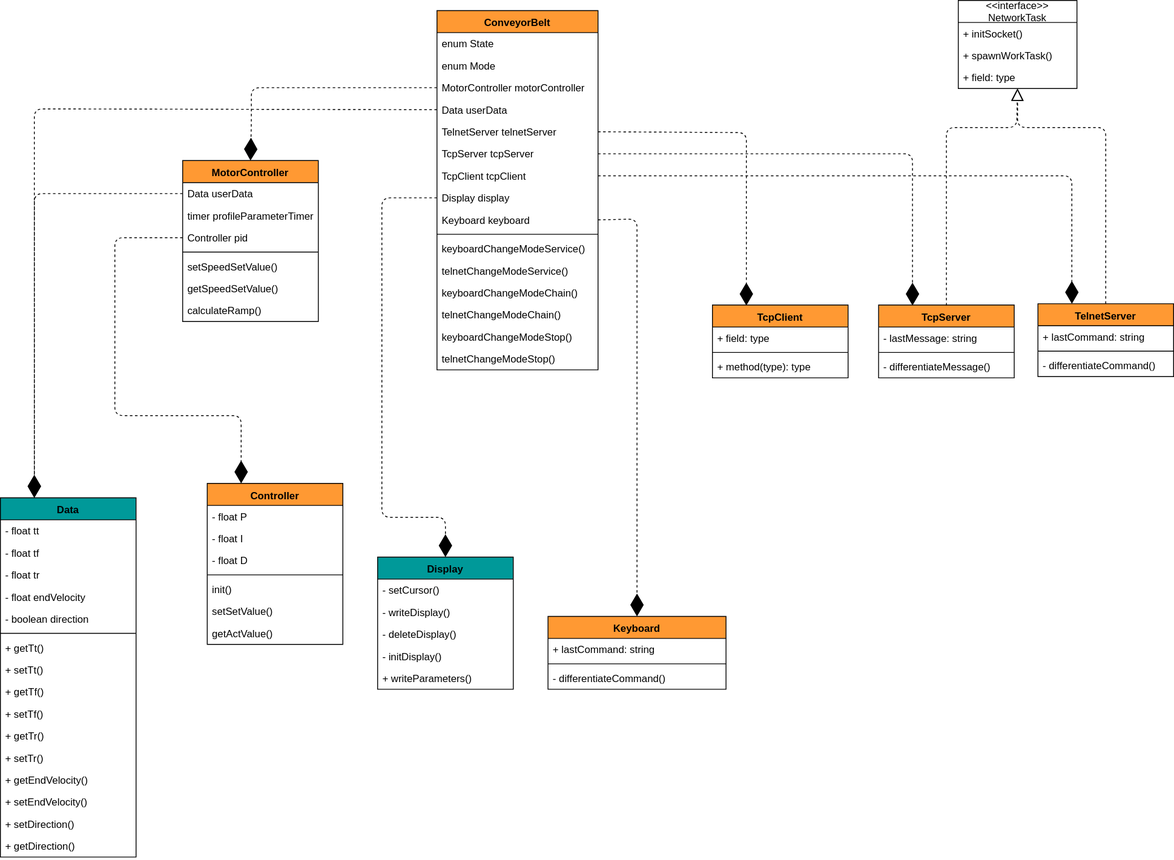
nicolai-schwartze/EBS2_Conveyer_Belt keeps this draw.io diagram as Documentation/UML Diagrams/classDiagram/ClassDiagram.svg. Above is the earlier version. Source tidied: cells renumbered, new cells last; positions are measured from the earlier drawing's top-left corner, leaving out a move shared by most shapes.
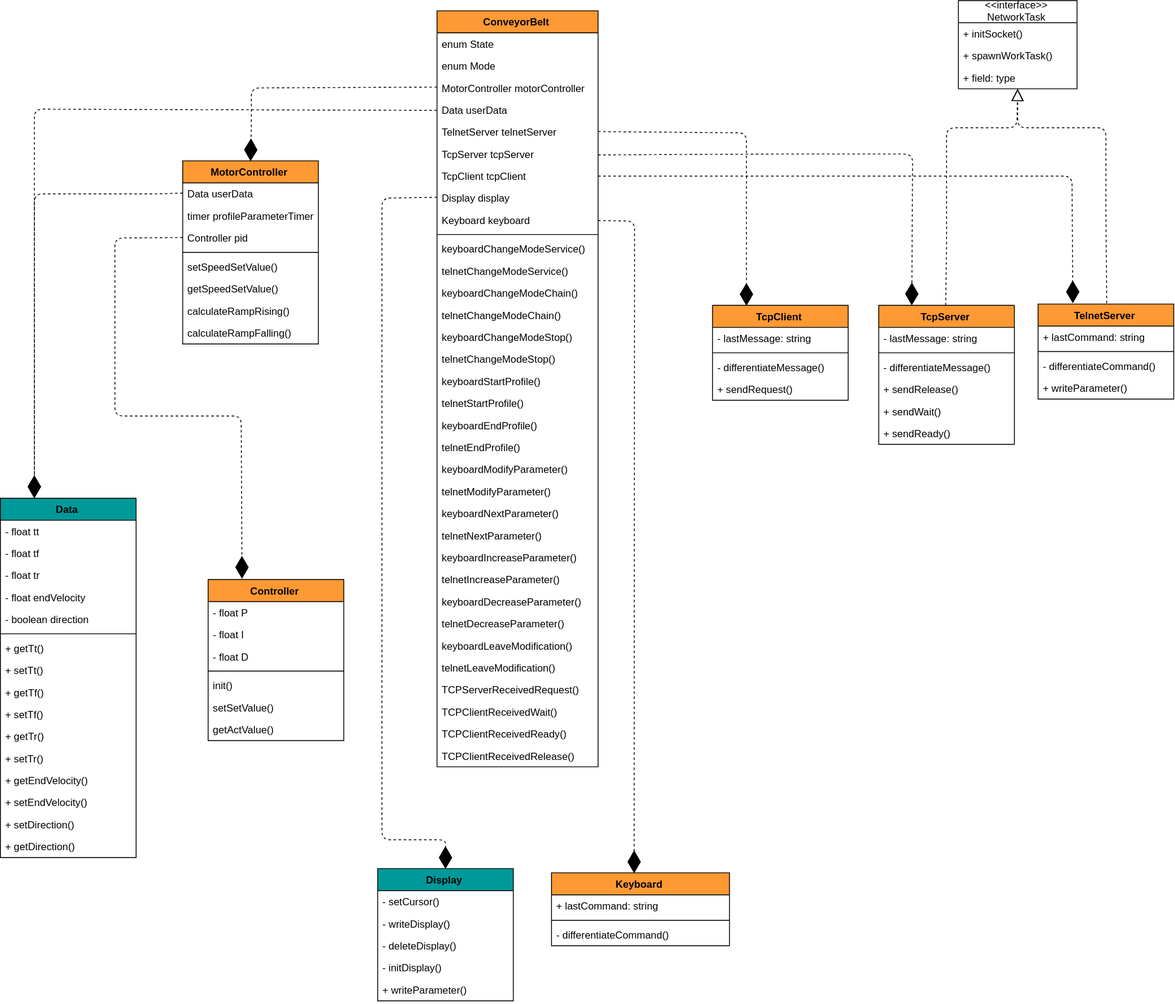
Above is the later version.

Commit message:
finished class diagram

The edit, as a diff of the source:
```diff
@@ -3,7 +3,7 @@
     <mxCell id="0" />
     <mxCell id="1" parent="0" />
     <mxCell id="2" value="MotorController" style="swimlane;fontStyle=1;align=center;verticalAlign=top;horizontal=1;startSize=26;fillColor=#FF9933;" parent="1" vertex="1">
-      <mxGeometry x="215" y="189" width="160" height="190" as="geometry" />
+      <mxGeometry x="215" y="189" width="160" height="216" as="geometry" />
     </mxCell>
     <mxCell id="3" value="Data userData" style="text;strokeColor=none;fillColor=none;align=left;verticalAlign=top;spacingLeft=4;spacingRight=4;overflow=hidden;points=[[0,0.5],[1,0.5]];portConstraint=eastwest;" parent="2" vertex="1">
       <mxGeometry y="26" width="160" height="26" as="geometry" />
@@ -23,11 +23,14 @@
     <mxCell id="8" value="getSpeedSetValue()" style="text;strokeColor=none;fillColor=none;align=left;verticalAlign=top;spacingLeft=4;spacingRight=4;overflow=hidden;" parent="2" vertex="1">
       <mxGeometry y="138" width="160" height="26" as="geometry" />
     </mxCell>
-    <mxCell id="9" value="calculateRamp()" style="text;strokeColor=none;fillColor=none;align=left;verticalAlign=top;spacingLeft=4;spacingRight=4;overflow=hidden;" parent="2" vertex="1">
+    <mxCell id="9" value="calculateRampRising()" style="text;strokeColor=none;fillColor=none;align=left;verticalAlign=top;spacingLeft=4;spacingRight=4;overflow=hidden;" parent="2" vertex="1">
       <mxGeometry y="164" width="160" height="26" as="geometry" />
     </mxCell>
+    <mxCell id="89" value="calculateRampFalling()" style="text;strokeColor=none;fillColor=none;align=left;verticalAlign=top;spacingLeft=4;spacingRight=4;overflow=hidden;" parent="2" vertex="1">
+      <mxGeometry y="190" width="160" height="26" as="geometry" />
+    </mxCell>
     <mxCell id="10" value="Display" style="swimlane;fontStyle=1;align=center;verticalAlign=top;horizontal=1;startSize=26;fillColor=#009999;" parent="1" vertex="1">
-      <mxGeometry x="445" y="657" width="160" height="156" as="geometry" />
+      <mxGeometry x="445" y="1024" width="160" height="156" as="geometry" />
     </mxCell>
     <mxCell id="11" value="- setCursor()" style="text;strokeColor=none;fillColor=none;align=left;verticalAlign=top;spacingLeft=4;spacingRight=4;overflow=hidden;" parent="10" vertex="1">
       <mxGeometry y="26" width="160" height="26" as="geometry" />
@@ -41,7 +44,7 @@
     <mxCell id="14" value="- initDisplay()" style="text;strokeColor=none;fillColor=none;align=left;verticalAlign=top;spacingLeft=4;spacingRight=4;overflow=hidden;" parent="10" vertex="1">
       <mxGeometry y="104" width="160" height="26" as="geometry" />
     </mxCell>
-    <mxCell id="15" value="+ writeParameters()" style="text;strokeColor=none;fillColor=none;align=left;verticalAlign=top;spacingLeft=4;spacingRight=4;overflow=hidden;" parent="10" vertex="1">
+    <mxCell id="15" value="+ writeParameter()" style="text;strokeColor=none;fillColor=none;align=left;verticalAlign=top;spacingLeft=4;spacingRight=4;overflow=hidden;" parent="10" vertex="1">
       <mxGeometry y="130" width="160" height="26" as="geometry" />
     </mxCell>
     <mxCell id="16" value="Data" style="swimlane;fontStyle=1;align=center;verticalAlign=top;horizontal=1;startSize=26;fillColor=#009999;" parent="1" vertex="1">
@@ -105,7 +108,7 @@
       </mxGeometry>
     </mxCell>
     <mxCell id="34" value="Controller" style="swimlane;fontStyle=1;align=center;verticalAlign=top;horizontal=1;startSize=26;fillColor=#FF9933;" parent="1" vertex="1">
-      <mxGeometry x="244" y="570" width="160" height="190" as="geometry" />
+      <mxGeometry x="245" y="683" width="160" height="190" as="geometry" />
     </mxCell>
     <mxCell id="35" value="- float P&#10;" style="text;strokeColor=none;fillColor=none;align=left;verticalAlign=top;spacingLeft=4;spacingRight=4;overflow=hidden;" parent="34" vertex="1">
       <mxGeometry y="26" width="160" height="26" as="geometry" />
@@ -139,7 +142,7 @@
       </mxGeometry>
     </mxCell>
     <mxCell id="43" value="TcpServer" style="swimlane;fontStyle=1;align=center;verticalAlign=top;horizontal=1;startSize=26;fillColor=#FF9933;" parent="1" vertex="1">
-      <mxGeometry x="1036" y="359.5" width="160" height="86" as="geometry" />
+      <mxGeometry x="1036" y="359.5" width="160" height="164" as="geometry" />
     </mxCell>
     <mxCell id="44" value="- lastMessage: string" style="text;strokeColor=none;fillColor=none;align=left;verticalAlign=top;spacingLeft=4;spacingRight=4;overflow=hidden;" parent="43" vertex="1">
       <mxGeometry y="26" width="160" height="26" as="geometry" />
@@ -150,20 +153,32 @@
     <mxCell id="46" value="- differentiateMessage()" style="text;strokeColor=none;fillColor=none;align=left;verticalAlign=top;spacingLeft=4;spacingRight=4;overflow=hidden;" parent="43" vertex="1">
       <mxGeometry y="60" width="160" height="26" as="geometry" />
     </mxCell>
+    <mxCell id="90" value="+ sendRelease()" style="text;strokeColor=none;fillColor=none;align=left;verticalAlign=top;spacingLeft=4;spacingRight=4;overflow=hidden;" parent="43" vertex="1">
+      <mxGeometry y="86" width="160" height="26" as="geometry" />
+    </mxCell>
+    <mxCell id="91" value="+ sendWait()" style="text;strokeColor=none;fillColor=none;align=left;verticalAlign=top;spacingLeft=4;spacingRight=4;overflow=hidden;" parent="43" vertex="1">
+      <mxGeometry y="112" width="160" height="26" as="geometry" />
+    </mxCell>
+    <mxCell id="92" value="+ sendReady()" style="text;strokeColor=none;fillColor=none;align=left;verticalAlign=top;spacingLeft=4;spacingRight=4;overflow=hidden;" parent="43" vertex="1">
+      <mxGeometry y="138" width="160" height="26" as="geometry" />
+    </mxCell>
     <mxCell id="47" value="TcpClient" style="swimlane;fontStyle=1;align=center;verticalAlign=top;horizontal=1;startSize=26;fillColor=#FF9933;" parent="1" vertex="1">
-      <mxGeometry x="840" y="359.5" width="160" height="86" as="geometry" />
+      <mxGeometry x="840" y="359.5" width="160" height="112" as="geometry" />
     </mxCell>
-    <mxCell id="48" value="+ field: type" style="text;strokeColor=none;fillColor=none;align=left;verticalAlign=top;spacingLeft=4;spacingRight=4;overflow=hidden;" parent="47" vertex="1">
+    <mxCell id="48" value="- lastMessage: string" style="text;strokeColor=none;fillColor=none;align=left;verticalAlign=top;spacingLeft=4;spacingRight=4;overflow=hidden;" parent="47" vertex="1">
       <mxGeometry y="26" width="160" height="26" as="geometry" />
     </mxCell>
     <mxCell id="49" style="line;strokeWidth=1;fillColor=none;align=left;verticalAlign=middle;spacingTop=-1;spacingLeft=3;spacingRight=3;labelPosition=right;" parent="47" vertex="1">
       <mxGeometry y="52" width="160" height="8" as="geometry" />
     </mxCell>
-    <mxCell id="50" value="+ method(type): type" style="text;strokeColor=none;fillColor=none;align=left;verticalAlign=top;spacingLeft=4;spacingRight=4;overflow=hidden;" parent="47" vertex="1">
+    <mxCell id="50" value="- differentiateMessage()" style="text;strokeColor=none;fillColor=none;align=left;verticalAlign=top;spacingLeft=4;spacingRight=4;overflow=hidden;" parent="47" vertex="1">
       <mxGeometry y="60" width="160" height="26" as="geometry" />
     </mxCell>
+    <mxCell id="93" value="+ sendRequest()" style="text;strokeColor=none;fillColor=none;align=left;verticalAlign=top;spacingLeft=4;spacingRight=4;overflow=hidden;" parent="47" vertex="1">
+      <mxGeometry y="86" width="160" height="26" as="geometry" />
+    </mxCell>
     <mxCell id="51" value="Keyboard" style="swimlane;fontStyle=1;align=center;verticalAlign=top;horizontal=1;startSize=26;fillColor=#FF9933;" parent="1" vertex="1">
-      <mxGeometry x="646" y="727" width="210" height="86" as="geometry" />
+      <mxGeometry x="650" y="1029" width="210" height="86" as="geometry" />
     </mxCell>
     <mxCell id="52" value="+ lastCommand: string" style="text;strokeColor=none;fillColor=none;align=left;verticalAlign=top;spacingLeft=4;spacingRight=4;overflow=hidden;" parent="51" vertex="1">
       <mxGeometry y="26" width="210" height="26" as="geometry" />
@@ -175,7 +190,7 @@
       <mxGeometry y="60" width="210" height="26" as="geometry" />
     </mxCell>
     <mxCell id="55" value="ConveyorBelt" style="swimlane;fontStyle=1;align=center;verticalAlign=top;horizontal=1;startSize=26;fillColor=#FF9933;" parent="1" vertex="1">
-      <mxGeometry x="515" y="12" width="190" height="424" as="geometry" />
+      <mxGeometry x="515" y="12" width="190" height="892" as="geometry" />
     </mxCell>
     <mxCell id="56" value="enum State" style="text;strokeColor=none;fillColor=none;align=left;verticalAlign=top;spacingLeft=4;spacingRight=4;overflow=hidden;" parent="55" vertex="1">
       <mxGeometry y="26" width="190" height="26" as="geometry" />
@@ -225,8 +240,62 @@
     <mxCell id="71" value="telnetChangeModeStop()" style="text;strokeColor=none;fillColor=none;align=left;verticalAlign=top;spacingLeft=4;spacingRight=4;overflow=hidden;" parent="55" vertex="1">
       <mxGeometry y="398" width="190" height="26" as="geometry" />
     </mxCell>
+    <mxCell id="94" value="keyboardStartProfile()" style="text;strokeColor=none;fillColor=none;align=left;verticalAlign=top;spacingLeft=4;spacingRight=4;overflow=hidden;" parent="55" vertex="1">
+      <mxGeometry y="424" width="190" height="26" as="geometry" />
+    </mxCell>
+    <mxCell id="95" value="telnetStartProfile()" style="text;strokeColor=none;fillColor=none;align=left;verticalAlign=top;spacingLeft=4;spacingRight=4;overflow=hidden;" parent="55" vertex="1">
+      <mxGeometry y="450" width="190" height="26" as="geometry" />
+    </mxCell>
+    <mxCell id="96" value="keyboardEndProfile()" style="text;strokeColor=none;fillColor=none;align=left;verticalAlign=top;spacingLeft=4;spacingRight=4;overflow=hidden;" parent="55" vertex="1">
+      <mxGeometry y="476" width="190" height="26" as="geometry" />
+    </mxCell>
+    <mxCell id="97" value="telnetEndProfile()" style="text;strokeColor=none;fillColor=none;align=left;verticalAlign=top;spacingLeft=4;spacingRight=4;overflow=hidden;" parent="55" vertex="1">
+      <mxGeometry y="502" width="190" height="26" as="geometry" />
+    </mxCell>
+    <mxCell id="98" value="keyboardModifyParameter()" style="text;strokeColor=none;fillColor=none;align=left;verticalAlign=top;spacingLeft=4;spacingRight=4;overflow=hidden;" parent="55" vertex="1">
+      <mxGeometry y="528" width="190" height="26" as="geometry" />
+    </mxCell>
+    <mxCell id="99" value="telnetModifyParameter()" style="text;strokeColor=none;fillColor=none;align=left;verticalAlign=top;spacingLeft=4;spacingRight=4;overflow=hidden;" parent="55" vertex="1">
+      <mxGeometry y="554" width="190" height="26" as="geometry" />
+    </mxCell>
+    <mxCell id="100" value="keyboardNextParameter()" style="text;strokeColor=none;fillColor=none;align=left;verticalAlign=top;spacingLeft=4;spacingRight=4;overflow=hidden;" parent="55" vertex="1">
+      <mxGeometry y="580" width="190" height="26" as="geometry" />
+    </mxCell>
+    <mxCell id="101" value="telnetNextParameter()" style="text;strokeColor=none;fillColor=none;align=left;verticalAlign=top;spacingLeft=4;spacingRight=4;overflow=hidden;" parent="55" vertex="1">
+      <mxGeometry y="606" width="190" height="26" as="geometry" />
+    </mxCell>
+    <mxCell id="102" value="keyboardIncreaseParameter()" style="text;strokeColor=none;fillColor=none;align=left;verticalAlign=top;spacingLeft=4;spacingRight=4;overflow=hidden;" parent="55" vertex="1">
+      <mxGeometry y="632" width="190" height="26" as="geometry" />
+    </mxCell>
+    <mxCell id="103" value="telnetIncreaseParameter()" style="text;strokeColor=none;fillColor=none;align=left;verticalAlign=top;spacingLeft=4;spacingRight=4;overflow=hidden;" parent="55" vertex="1">
+      <mxGeometry y="658" width="190" height="26" as="geometry" />
+    </mxCell>
+    <mxCell id="104" value="keyboardDecreaseParameter()" style="text;strokeColor=none;fillColor=none;align=left;verticalAlign=top;spacingLeft=4;spacingRight=4;overflow=hidden;" parent="55" vertex="1">
+      <mxGeometry y="684" width="190" height="26" as="geometry" />
+    </mxCell>
+    <mxCell id="105" value="telnetDecreaseParameter()" style="text;strokeColor=none;fillColor=none;align=left;verticalAlign=top;spacingLeft=4;spacingRight=4;overflow=hidden;" parent="55" vertex="1">
+      <mxGeometry y="710" width="190" height="26" as="geometry" />
+    </mxCell>
+    <mxCell id="106" value="keyboardLeaveModification()" style="text;strokeColor=none;fillColor=none;align=left;verticalAlign=top;spacingLeft=4;spacingRight=4;overflow=hidden;" parent="55" vertex="1">
+      <mxGeometry y="736" width="190" height="26" as="geometry" />
+    </mxCell>
+    <mxCell id="107" value="telnetLeaveModification()" style="text;strokeColor=none;fillColor=none;align=left;verticalAlign=top;spacingLeft=4;spacingRight=4;overflow=hidden;" parent="55" vertex="1">
+      <mxGeometry y="762" width="190" height="26" as="geometry" />
+    </mxCell>
+    <mxCell id="108" value="TCPServerReceivedRequest()" style="text;strokeColor=none;fillColor=none;align=left;verticalAlign=top;spacingLeft=4;spacingRight=4;overflow=hidden;" parent="55" vertex="1">
+      <mxGeometry y="788" width="190" height="26" as="geometry" />
+    </mxCell>
+    <mxCell id="109" value="TCPClientReceivedWait()" style="text;strokeColor=none;fillColor=none;align=left;verticalAlign=top;spacingLeft=4;spacingRight=4;overflow=hidden;" parent="55" vertex="1">
+      <mxGeometry y="814" width="190" height="26" as="geometry" />
+    </mxCell>
+    <mxCell id="110" value="TCPClientReceivedReady()" style="text;strokeColor=none;fillColor=none;align=left;verticalAlign=top;spacingLeft=4;spacingRight=4;overflow=hidden;" parent="55" vertex="1">
+      <mxGeometry y="840" width="190" height="26" as="geometry" />
+    </mxCell>
+    <mxCell id="111" value="TCPClientReceivedRelease()" style="text;strokeColor=none;fillColor=none;align=left;verticalAlign=top;spacingLeft=4;spacingRight=4;overflow=hidden;" parent="55" vertex="1">
+      <mxGeometry y="866" width="190" height="26" as="geometry" />
+    </mxCell>
     <mxCell id="72" value="TelnetServer" style="swimlane;fontStyle=1;align=center;verticalAlign=top;horizontal=1;startSize=26;fillColor=#FF9933;" parent="1" vertex="1">
-      <mxGeometry x="1224" y="358" width="160" height="86" as="geometry" />
+      <mxGeometry x="1224" y="358" width="160" height="112" as="geometry" />
     </mxCell>
     <mxCell id="73" value="+ lastCommand: string" style="text;strokeColor=none;fillColor=none;align=left;verticalAlign=top;spacingLeft=4;spacingRight=4;overflow=hidden;" parent="72" vertex="1">
       <mxGeometry y="26" width="160" height="26" as="geometry" />
@@ -237,6 +306,9 @@
     <mxCell id="75" value="- differentiateCommand()" style="text;strokeColor=none;fillColor=none;align=left;verticalAlign=top;spacingLeft=4;spacingRight=4;overflow=hidden;" parent="72" vertex="1">
       <mxGeometry y="60" width="160" height="26" as="geometry" />
     </mxCell>
+    <mxCell id="112" value="+ writeParameter()" style="text;strokeColor=none;fillColor=none;align=left;verticalAlign=top;spacingLeft=4;spacingRight=4;overflow=hidden;" parent="72" vertex="1">
+      <mxGeometry y="86" width="160" height="26" as="geometry" />
+    </mxCell>
     <mxCell id="76" style="endArrow=diamondThin;endFill=1;endSize=24;html=1;dashed=1;exitX=0;exitY=0.5;exitDx=0;exitDy=0;entryX=0.5;entryY=0;entryDx=0;entryDy=0;" parent="1" edge="1" source="58" target="2">
       <mxGeometry relative="1" as="geometry">
         <Array as="points">
@@ -251,14 +323,15 @@
           <mxPoint x="450" y="233" />
           <mxPoint x="450" y="430" />
           <mxPoint x="450" y="610" />
-          <mxPoint x="525" y="610" />
+          <mxPoint x="450" y="990" />
+          <mxPoint x="525" y="990" />
         </Array>
       </mxGeometry>
     </mxCell>
-    <mxCell id="78" style="endArrow=diamondThin;endFill=1;endSize=24;html=1;dashed=1;exitX=1;exitY=0.5;exitDx=0;exitDy=0;entryX=0.5;entryY=0;entryDx=0;entryDy=0;" parent="1" edge="1" source="64" target="51">
+    <mxCell id="78" style="endArrow=diamondThin;endFill=1;endSize=24;html=1;dashed=1;exitX=1;exitY=0.5;exitDx=0;exitDy=0;entryX=0.467;entryY=0.012;entryDx=0;entryDy=0;entryPerimeter=0;" parent="1" edge="1" source="64" target="51">
       <mxGeometry relative="1" as="geometry">
         <Array as="points">
-          <mxPoint x="751" y="258" />
+          <mxPoint x="748" y="260" />
         </Array>
       </mxGeometry>
     </mxCell>
```
